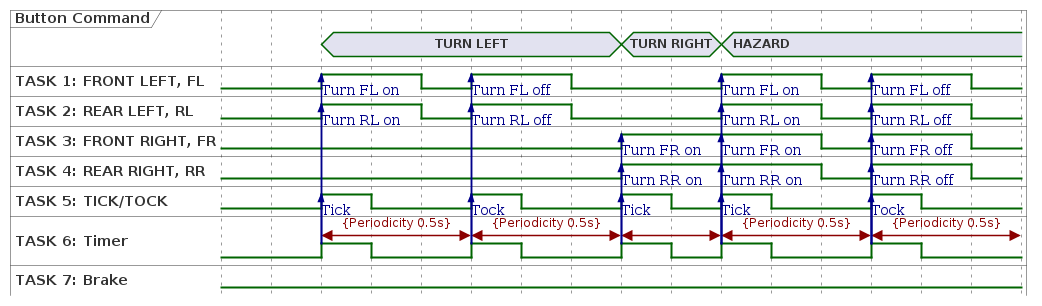
This is puml/png/step_7.png from cygni/cts2023-turn-cygnicator, a PlantUML export, as it was before one commit.
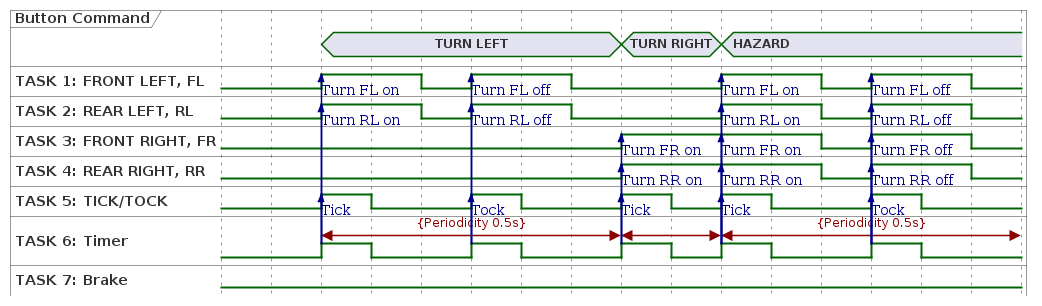
The same diagram one commit later.

Change to the diagram source:
```diff
@@ -12,7 +12,7 @@
 @0
 
 @2
-t6@2 <-> @5 : {Periodicity 0.5s}
+t6@2 <-> @8 : {Periodicity 0.5s}
 button is "TURN LEFT"
 t6 is high
 t6 -> t1 : Turn FL on
@@ -30,7 +30,6 @@
 t2 is low
 
 @5
-t6@5 <-> @8 : {Periodicity 0.5s}
 t6 is high
 t6 -> t1 : Turn FL off
 t1 is high
@@ -65,7 +64,7 @@
 t4 is low
 @10
 button is "HAZARD"
-t6@10 <-> @13 : {Periodicity 0.5s}
+t6@10 <-> @16 : {Periodicity 0.5s}
 t6 is high
 t6 -> t5 : Tick
 t5 is high
@@ -87,7 +86,6 @@
 t4 is low
 
 @13
-t6@13 <-> @16 : {Periodicity 0.5s}
 t6 is high
 t6 -> t5 : Tock
 t5 is high
```
